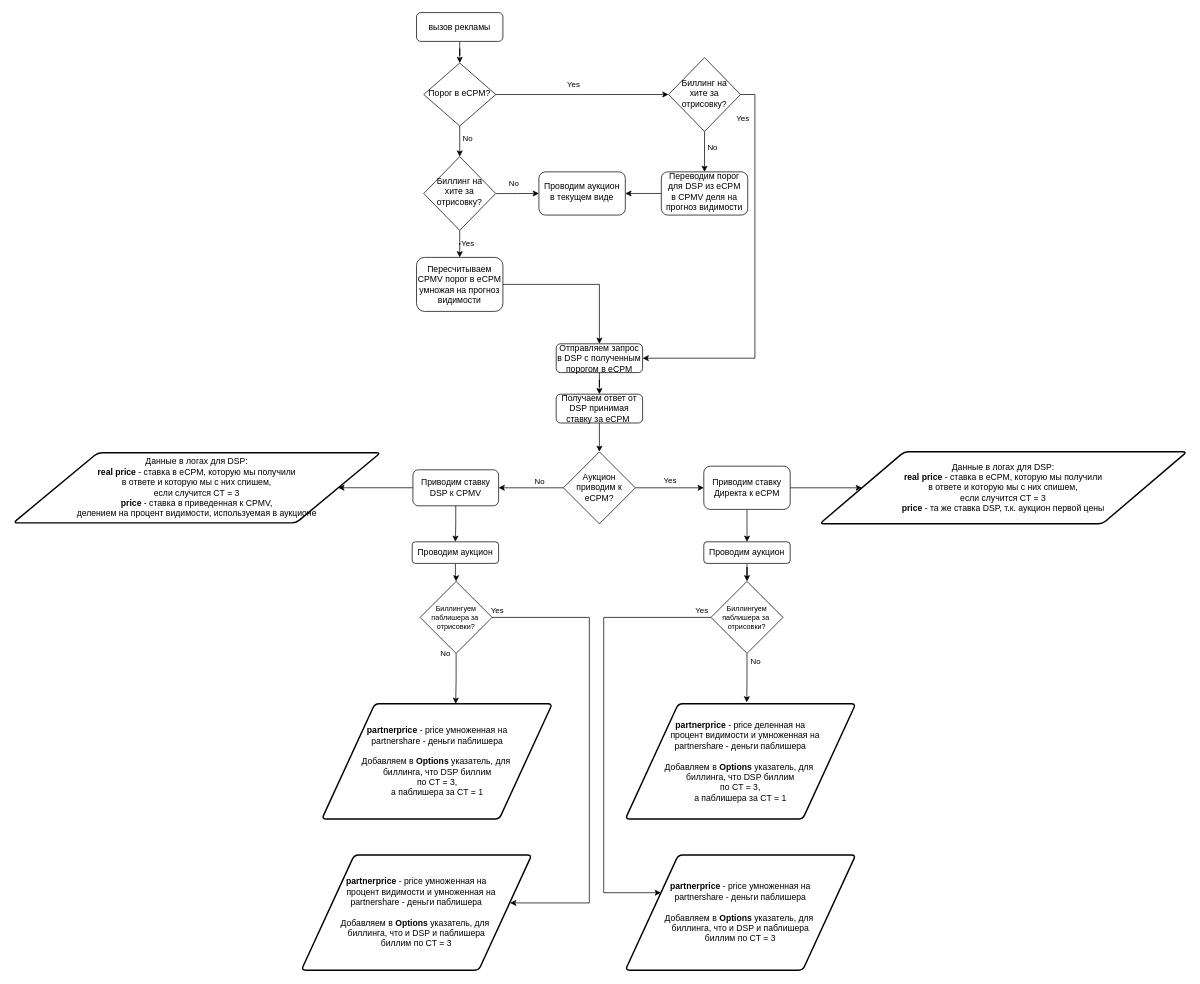
Before: Диаграмма без названия.drawio in DarvayS/test, a draw.io diagram. Source tidied: cells renumbered, new cells numbered last; positions are measured from the earlier drawing's top-left corner, leaving out a move shared by most shapes. Both pictures are drawn from the tidied source at 72%, with x=0, y=0 at pixel (13, 12).
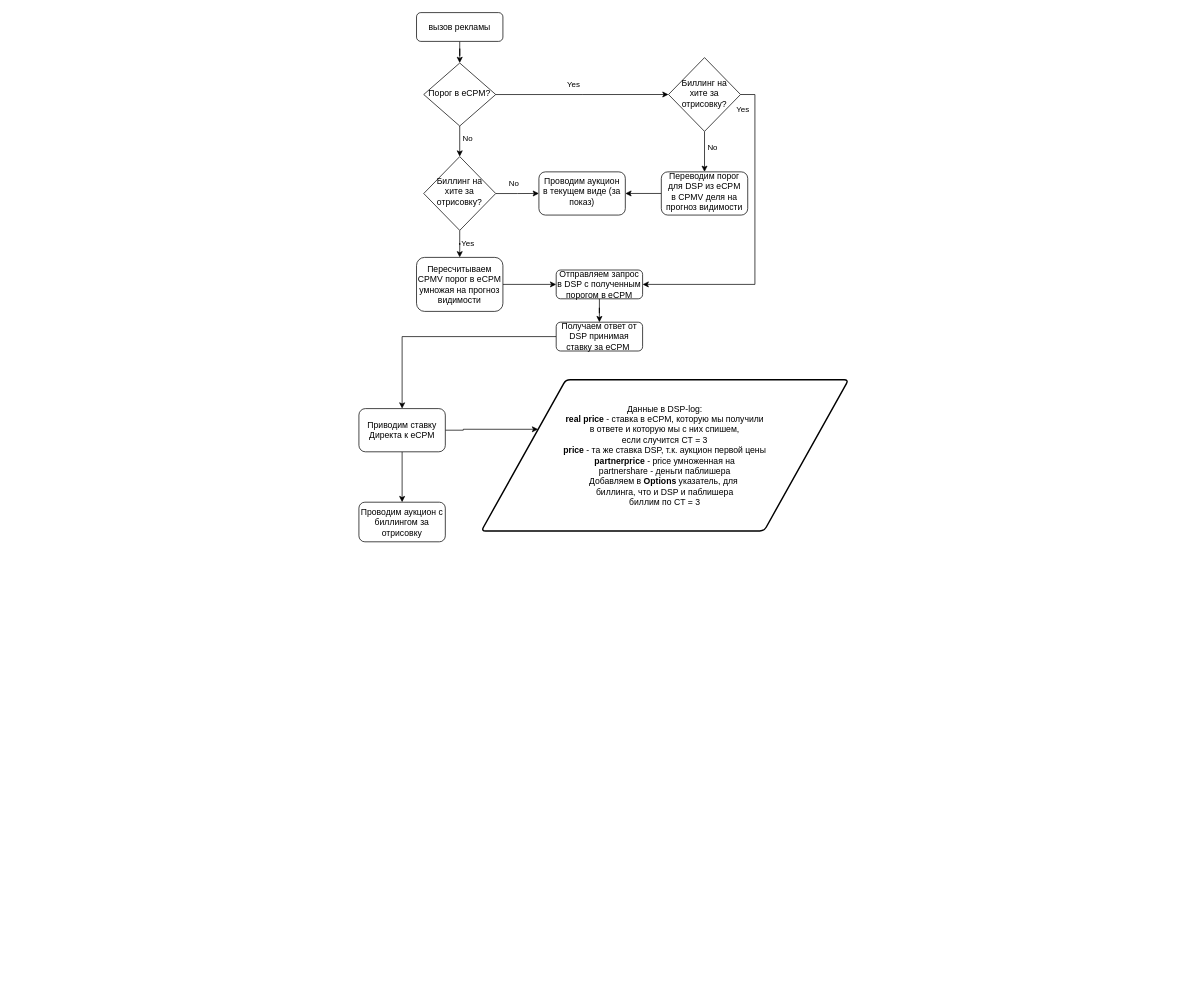
After the change.

Commit message:
Обновление Диаграмма без названия2.drawio

The change refers to these unchanged cells:
```xml
<mxCell id="15" value="Пересчитываем CPMV порог в eCPM умножая на прогноз видимости" style="rounded=1;whiteSpace=wrap;html=1;fontSize=12;glass=0;strokeWidth=1;shadow=0;" parent="1" vertex="1">
  <mxGeometry x="560" y="340" width="120" height="75" as="geometry" />
</mxCell>
```

Diff of the diagram source:
```diff
@@
-    <mxCell id="14" style="edgeStyle=orthogonalEdgeStyle;rounded=0;sketch=0;jettySize=auto;html=1;entryX=0.5;entryY=0;entryDx=0;entryDy=0;" parent="1" edge="1" source="15" target="17">
+    <mxCell id="14" style="edgeStyle=orthogonalEdgeStyle;rounded=0;jettySize=auto;html=1;entryX=0;entryY=0.5;entryDx=0;entryDy=0;" parent="1" edge="1" source="15" target="17">
       <mxGeometry relative="1" as="geometry" />
     </mxCell>
@@
     <mxCell id="17" value="Отправляем запрос в DSP с полученным порогом в eCPM" style="rounded=1;whiteSpace=wrap;html=1;fontSize=12;glass=0;strokeWidth=1;shadow=0;" parent="1" vertex="1">
-      <mxGeometry x="754" y="460" width="120" height="40" as="geometry" />
+      <mxGeometry x="754" y="357.5" width="120" height="40" as="geometry" />
     </mxCell>
-    <mxCell id="18" style="edgeStyle=orthogonalEdgeStyle;rounded=0;jettySize=auto;html=1;entryX=0.5;entryY=0;entryDx=0;entryDy=0;entryPerimeter=0;" parent="1" edge="1" source="19" target="23">
-      <mxGeometry relative="1" as="geometry" />
-    </mxCell>
+    <mxCell id="57" style="edgeStyle=orthogonalEdgeStyle;rounded=0;jettySize=auto;html=1;entryX=0.5;entryY=0;entryDx=0;entryDy=0;" parent="1" edge="1" source="19" target="26">
+      <mxGeometry relative="1" as="geometry" />
+    </mxCell>
     <mxCell id="19" value="Получаем ответ от DSP принимая ставку за eCPM&amp;nbsp;" style="rounded=1;whiteSpace=wrap;html=1;fontSize=12;glass=0;strokeWidth=1;shadow=0;" parent="1" vertex="1">
-      <mxGeometry x="754" y="530" width="120" height="40" as="geometry" />
+      <mxGeometry x="754" y="430" width="120" height="40" as="geometry" />
     </mxCell>
-    <mxCell id="20" value="Yes" style="edgeStyle=orthogonalEdgeStyle;rounded=0;jettySize=auto;html=1;" parent="1" edge="1" source="23" target="26">
-      <mxGeometry y="10" relative="1" as="geometry" />
-    </mxCell>
-    <mxCell id="21" style="edgeStyle=orthogonalEdgeStyle;rounded=0;sketch=0;jettySize=auto;html=1;entryX=1;entryY=0.5;entryDx=0;entryDy=0;" parent="1" edge="1" source="23" target="31">
-      <mxGeometry relative="1" as="geometry" />
-    </mxCell>
-    <mxCell id="22" value="No" style="edgeLabel;html=1;align=center;verticalAlign=middle;" parent="21" vertex="1">
-      <mxGeometry x="-0.41" y="-2" relative="1" as="geometry">
-        <mxPoint x="-7" y="-8" as="offset" />
-      </mxGeometry>
-    </mxCell>
-    <mxCell id="23" value="Аукцион приводим к eCPM?" style="strokeWidth=1;html=1;shape=mxgraph.flowchart.decision;whiteSpace=wrap;" parent="1" vertex="1">
-      <mxGeometry x="764" y="610" width="100" height="100" as="geometry" />
-    </mxCell>
@@
-    <mxCell id="25" style="edgeStyle=orthogonalEdgeStyle;rounded=0;sketch=0;jettySize=auto;html=1;entryX=0;entryY=0.5;entryDx=0;entryDy=0;fontSize=10;" parent="1" edge="1" source="26" target="43">
+    <mxCell id="25" style="edgeStyle=orthogonalEdgeStyle;rounded=0;jettySize=auto;html=1;entryX=0;entryY=0.25;entryDx=0;entryDy=0;" parent="1" edge="1" source="26" target="43">
       <mxGeometry relative="1" as="geometry" />
     </mxCell>
     <mxCell id="26" value="Приводим ставку Директа к eCPM" style="rounded=1;whiteSpace=wrap;html=1;strokeWidth=1;" parent="1" vertex="1">
-      <mxGeometry x="959" y="630" width="120" height="60" as="geometry" />
+      <mxGeometry x="480" y="550" width="120" height="60" as="geometry" />
     </mxCell>
-    <mxCell id="27" style="edgeStyle=orthogonalEdgeStyle;rounded=0;sketch=0;jettySize=auto;html=1;entryX=0.5;entryY=0;entryDx=0;entryDy=0;entryPerimeter=0;fontSize=10;" parent="1" edge="1" source="28" target="52">
-      <mxGeometry relative="1" as="geometry" />
-    </mxCell>
-    <mxCell id="28" value="Проводим аукцион" style="whiteSpace=wrap;html=1;rounded=1;strokeWidth=1;" parent="1" vertex="1">
-      <mxGeometry x="959" y="735" width="120" height="30" as="geometry" />
+    <mxCell id="28" value="Проводим аукцион с биллингом за отрисовку" style="whiteSpace=wrap;html=1;rounded=1;strokeWidth=1;" parent="1" vertex="1">
+      <mxGeometry x="480" y="680" width="120" height="55" as="geometry" />
     </mxCell>
-    <mxCell id="29" style="edgeStyle=orthogonalEdgeStyle;rounded=0;sketch=0;jettySize=auto;html=1;" parent="1" edge="1" source="31" target="33">
-      <mxGeometry relative="1" as="geometry" />
-    </mxCell>
-    <mxCell id="30" style="edgeStyle=orthogonalEdgeStyle;rounded=0;sketch=0;jettySize=auto;html=1;entryX=1;entryY=0.5;entryDx=0;entryDy=0;fontSize=10;" parent="1" edge="1" source="31" target="42">
-      <mxGeometry relative="1" as="geometry" />
-    </mxCell>
-    <mxCell id="31" value="Приводим ставку DSP к CPMV" style="rounded=1;whiteSpace=wrap;html=1;strokeWidth=1;" parent="1" vertex="1">
-      <mxGeometry x="555" y="635" width="119" height="50" as="geometry" />
-    </mxCell>
-    <mxCell id="32" style="edgeStyle=orthogonalEdgeStyle;rounded=0;sketch=0;jettySize=auto;html=1;entryX=0.5;entryY=0;entryDx=0;entryDy=0;entryPerimeter=0;fontSize=10;" parent="1" edge="1" source="33" target="47">
-      <mxGeometry relative="1" as="geometry" />
-    </mxCell>
-    <mxCell id="33" value="Проводим аукцион" style="rounded=1;whiteSpace=wrap;html=1;strokeWidth=1;" parent="1" vertex="1">
-      <mxGeometry x="554" y="735" width="120" height="30" as="geometry" />
-    </mxCell>
@@
-    <mxCell id="41" value="Проводим аукцион в текущем виде" style="rounded=1;whiteSpace=wrap;html=1;shadow=0;strokeWidth=1;spacing=6;spacingTop=-4;" parent="1" vertex="1">
+    <mxCell id="41" value="Проводим аукцион в текущем виде (за показ)" style="rounded=1;whiteSpace=wrap;html=1;shadow=0;strokeWidth=1;spacing=6;spacingTop=-4;" parent="1" vertex="1">
       <mxGeometry x="730" y="221.2" width="120" height="60" as="geometry" />
     </mxCell>
-    <mxCell id="42" value="&lt;font style=&quot;font-size: 12px;&quot;&gt;Данные в логах для DSP: &lt;br&gt;&lt;b&gt;real price&lt;/b&gt; - ставка в eCPM, которую мы получили &lt;br&gt;в ответе и которую мы с них спишем, &lt;br&gt;если случится CT = 3&lt;br&gt;&lt;b&gt;price&lt;/b&gt; - ставка в приведенная к CPMV, &lt;br&gt;делением на процент видимости, используемая в аукционе&lt;br&gt;&lt;/font&gt;" style="shape=parallelogram;html=1;strokeWidth=2;perimeter=parallelogramPerimeter;whiteSpace=wrap;rounded=1;arcSize=12;size=0.23;" parent="1" vertex="1">
-      <mxGeometry y="611.2" width="510" height="97.5" as="geometry" />
-    </mxCell>
-    <mxCell id="43" value="&lt;font style=&quot;font-size: 12px;&quot;&gt;Данные в логах для DSP: &lt;br&gt;&lt;b&gt;real price&lt;/b&gt; - ставка в eCPM, которую мы получили &lt;br&gt;в ответе и которую мы с них спишем, &lt;br&gt;если случится CT = 3&lt;br&gt;&lt;b&gt;price&lt;/b&gt; - та же ставка DSP, т.к. аукцион первой цены&lt;br&gt;&lt;/font&gt;" style="shape=parallelogram;html=1;strokeWidth=2;perimeter=parallelogramPerimeter;whiteSpace=wrap;rounded=1;arcSize=12;size=0.23;" parent="1" vertex="1">
-      <mxGeometry x="1120" y="610" width="510" height="100" as="geometry" />
+    <mxCell id="43" value="&lt;font style=&quot;font-size: 12px;&quot;&gt;Данные в DSP-log: &lt;br&gt;&lt;b&gt;real price&lt;/b&gt; - ставка в eCPM, которую мы получили &lt;br&gt;в ответе и которую мы с них спишем, &lt;br&gt;если случится CT = 3&lt;br&gt;&lt;b&gt;price&lt;/b&gt; - та же ставка DSP, т.к. аукцион первой цены&lt;br&gt;&lt;span style=&quot;border-color: var(--border-color);&quot;&gt;&lt;b style=&quot;border-color: var(--border-color);&quot;&gt;partnerprice&amp;nbsp;&lt;/b&gt;&lt;/span&gt;&lt;span style=&quot;border-color: var(--border-color);&quot;&gt;- price умноженная на&lt;br style=&quot;border-color: var(--border-color);&quot;&gt;partnershare - д&lt;/span&gt;&lt;span style=&quot;border-color: var(--border-color);&quot;&gt;еньги паблишера&lt;/span&gt;&lt;span style=&quot;border-color: var(--border-color);&quot;&gt;&lt;br style=&quot;border-color: var(--border-color);&quot;&gt;&lt;/span&gt;&lt;span style=&quot;border-color: var(--border-color);&quot;&gt;Добавляем в&amp;nbsp;&lt;/span&gt;&lt;b style=&quot;border-color: var(--border-color);&quot;&gt;Options&amp;nbsp;&lt;/b&gt;&lt;span style=&quot;border-color: var(--border-color);&quot;&gt;указатель&lt;/span&gt;&lt;span style=&quot;border-color: var(--border-color);&quot;&gt;, для&amp;nbsp;&lt;br style=&quot;border-color: var(--border-color);&quot;&gt;биллинга,&amp;nbsp;&lt;/span&gt;&lt;span style=&quot;border-color: var(--border-color);&quot;&gt;что и DSP и паблишера&lt;br style=&quot;border-color: var(--border-color);&quot;&gt;&lt;/span&gt;&lt;span style=&quot;border-color: var(--border-color);&quot;&gt;биллим по CT = 3&lt;/span&gt;&lt;br&gt;&lt;/font&gt;" style="shape=parallelogram;html=1;strokeWidth=2;perimeter=parallelogramPerimeter;whiteSpace=wrap;rounded=1;arcSize=12;size=0.23;" parent="1" vertex="1">
+      <mxGeometry x="650" y="510" width="510" height="210" as="geometry" />
     </mxCell>
-    <mxCell id="44" value="No" style="edgeStyle=orthogonalEdgeStyle;rounded=0;sketch=0;jettySize=auto;html=1;entryX=0.581;entryY=0;entryDx=0;entryDy=0;entryPerimeter=0;fontSize=11;" parent="1" edge="1" source="47" target="53">
-      <mxGeometry x="-1" y="-15" relative="1" as="geometry" />
-    </mxCell>
-    <mxCell id="45" style="edgeStyle=orthogonalEdgeStyle;rounded=0;sketch=0;jettySize=auto;html=1;entryX=0.906;entryY=0.416;entryDx=0;entryDy=0;fontSize=11;entryPerimeter=0;" parent="1" edge="1" source="47" target="55">
+    <mxCell id="45" style="edgeStyle=orthogonalEdgeStyle;rounded=0;sketch=0;orthogonalLoop=1;jettySize=auto;html=1;entryX=0.906;entryY=0.416;entryDx=0;entryDy=0;fontSize=11;entryPerimeter=0;" parent="1" edge="1">
       <mxGeometry relative="1" as="geometry">
+        <mxPoint x="665" y="840" as="sourcePoint" />
         <Array as="points">
           <mxPoint x="800" y="840" />
           <mxPoint x="800" y="1237" />
         </Array>
       </mxGeometry>
     </mxCell>
-    <mxCell id="46" value="Yes" style="edgeLabel;html=1;align=center;verticalAlign=middle;fontSize=11;" parent="45" vertex="1">
-      <mxGeometry x="-0.95" y="1" relative="1" as="geometry">
-        <mxPoint x="-10" y="-9" as="offset" />
-      </mxGeometry>
-    </mxCell>
-    <mxCell id="47" value="Биллингуем паблишера за&amp;nbsp;&lt;br style=&quot;border-color: var(--border-color);&quot;&gt;отрисовки?" style="strokeWidth=1;html=1;shape=mxgraph.flowchart.decision;whiteSpace=wrap;fontSize=10;" parent="1" vertex="1">
-      <mxGeometry x="565" y="790" width="100" height="100" as="geometry" />
-    </mxCell>
-    <mxCell id="48" style="edgeStyle=orthogonalEdgeStyle;rounded=0;sketch=0;jettySize=auto;html=1;entryX=0.527;entryY=-0.012;entryDx=0;entryDy=0;entryPerimeter=0;fontSize=11;" parent="1" edge="1" source="52" target="54">
-      <mxGeometry relative="1" as="geometry" />
-    </mxCell>
-    <mxCell id="49" value="No" style="edgeLabel;html=1;align=center;verticalAlign=middle;fontSize=11;" parent="48" vertex="1">
-      <mxGeometry x="-0.53" y="-1" relative="1" as="geometry">
-        <mxPoint x="12" y="-6" as="offset" />
-      </mxGeometry>
-    </mxCell>
-    <mxCell id="50" style="edgeStyle=orthogonalEdgeStyle;rounded=0;sketch=0;jettySize=auto;html=1;entryX=0;entryY=0.25;entryDx=0;entryDy=0;fontSize=11;" parent="1" edge="1" source="52" target="56">
-      <mxGeometry relative="1" as="geometry">
-        <Array as="points">
-          <mxPoint x="820" y="840" />
-          <mxPoint x="820" y="1222" />
-        </Array>
-      </mxGeometry>
-    </mxCell>
-    <mxCell id="51" value="Yes" style="edgeLabel;html=1;align=center;verticalAlign=middle;fontSize=11;" parent="50" vertex="1">
-      <mxGeometry x="-0.87" y="-2" relative="1" as="geometry">
-        <mxPoint x="26" y="-8" as="offset" />
-      </mxGeometry>
-    </mxCell>
-    <mxCell id="52" value="Биллингуем паблишера за&amp;nbsp;&lt;br&gt;отрисовки?" style="strokeWidth=1;html=1;shape=mxgraph.flowchart.decision;whiteSpace=wrap;fontSize=10;" parent="1" vertex="1">
-      <mxGeometry x="969" y="790" width="100" height="100" as="geometry" />
-    </mxCell>
-    <mxCell id="53" value="&lt;b style=&quot;border-color: var(--border-color); font-size: 12px;&quot;&gt;partnerprice&amp;nbsp;&lt;/b&gt;&lt;span style=&quot;font-size: 12px;&quot;&gt;- price умноженная на &lt;br&gt;partnershare - д&lt;/span&gt;&lt;span style=&quot;font-size: 12px;&quot;&gt;еньги паблишера&lt;br&gt;&lt;/span&gt;&lt;span style=&quot;border-color: var(--border-color); font-size: 12px;&quot;&gt;&lt;br&gt;Добавляем в&amp;nbsp;&lt;/span&gt;&lt;b style=&quot;border-color: var(--border-color); font-size: 12px;&quot;&gt;Options &lt;/b&gt;&lt;span style=&quot;border-color: var(--border-color); font-size: 12px;&quot;&gt;указатель&lt;/span&gt;&lt;span style=&quot;border-color: var(--border-color); font-size: 12px;&quot;&gt;, для&amp;nbsp;&lt;br&gt;биллинга,&amp;nbsp;&lt;/span&gt;&lt;span style=&quot;border-color: var(--border-color); font-size: 12px;&quot;&gt;что DSP биллим&lt;br style=&quot;border-color: var(--border-color);&quot;&gt;по CT = 3,&lt;br style=&quot;border-color: var(--border-color);&quot;&gt;а паблишера за CT = 1&lt;/span&gt;&lt;span style=&quot;font-size: 12px;&quot;&gt;&lt;br&gt;&lt;/span&gt;" style="shape=parallelogram;html=1;strokeWidth=2;perimeter=parallelogramPerimeter;whiteSpace=wrap;rounded=1;arcSize=12;size=0.23;fontSize=11;" parent="1" vertex="1">
-      <mxGeometry x="428.5" y="960" width="320" height="160" as="geometry" />
-    </mxCell>
-    <mxCell id="54" value="&lt;b style=&quot;border-color: var(--border-color); font-size: 12px;&quot;&gt;partnerprice&amp;nbsp;&lt;/b&gt;&lt;span style=&quot;font-size: 12px;&quot;&gt;- price деленная на &lt;br&gt;&amp;nbsp; &amp;nbsp; процент видимости и умноженная на &lt;br&gt;partnershare - д&lt;/span&gt;&lt;span style=&quot;font-size: 12px;&quot;&gt;еньги паблишера&lt;br&gt;&lt;/span&gt;&lt;span style=&quot;border-color: var(--border-color); font-size: 12px;&quot;&gt;&lt;br&gt;Добавляем в&amp;nbsp;&lt;/span&gt;&lt;b style=&quot;border-color: var(--border-color); font-size: 12px;&quot;&gt;Options &lt;/b&gt;&lt;span style=&quot;border-color: var(--border-color); font-size: 12px;&quot;&gt;указатель&lt;/span&gt;&lt;span style=&quot;border-color: var(--border-color); font-size: 12px;&quot;&gt;, для&amp;nbsp;&lt;br&gt;биллинга,&amp;nbsp;&lt;/span&gt;&lt;span style=&quot;border-color: var(--border-color); font-size: 12px;&quot;&gt;что DSP биллим&lt;br style=&quot;border-color: var(--border-color);&quot;&gt;по CT = 3,&lt;br style=&quot;border-color: var(--border-color);&quot;&gt;а паблишера за CT = 1&lt;/span&gt;&lt;span style=&quot;font-size: 12px;&quot;&gt;&lt;br&gt;&lt;/span&gt;" style="shape=parallelogram;html=1;strokeWidth=2;perimeter=parallelogramPerimeter;whiteSpace=wrap;rounded=1;arcSize=12;size=0.23;fontSize=11;" parent="1" vertex="1">
-      <mxGeometry x="850" y="960" width="320" height="160" as="geometry" />
-    </mxCell>
-    <mxCell id="55" value="&lt;b style=&quot;border-color: var(--border-color); font-size: 12px;&quot;&gt;partnerprice&amp;nbsp;&lt;/b&gt;&lt;span style=&quot;border-color: var(--border-color); font-size: 12px;&quot;&gt;- price умноженная на&lt;br style=&quot;border-color: var(--border-color);&quot;&gt;&amp;nbsp; &amp;nbsp; процент видимости и умноженная на&lt;br style=&quot;border-color: var(--border-color);&quot;&gt;partnershare - д&lt;/span&gt;&lt;span style=&quot;border-color: var(--border-color); font-size: 12px;&quot;&gt;еньги паблишера&lt;br style=&quot;border-color: var(--border-color);&quot;&gt;&lt;/span&gt;&lt;span style=&quot;border-color: var(--border-color); font-size: 12px;&quot;&gt;&lt;br&gt;Добавляем в&amp;nbsp;&lt;/span&gt;&lt;b style=&quot;border-color: var(--border-color); font-size: 12px;&quot;&gt;Options &lt;/b&gt;&lt;span style=&quot;border-color: var(--border-color); font-size: 12px;&quot;&gt;указатель&lt;/span&gt;&lt;span style=&quot;border-color: var(--border-color); font-size: 12px;&quot;&gt;, для&amp;nbsp;&lt;br&gt;биллинга,&amp;nbsp;&lt;/span&gt;&lt;span style=&quot;border-color: var(--border-color); font-size: 12px;&quot;&gt;что и DSP и паблишера&lt;br&gt;&lt;/span&gt;&lt;span style=&quot;font-size: 12px;&quot;&gt;биллим по CT = 3&lt;br&gt;&lt;/span&gt;" style="shape=parallelogram;html=1;strokeWidth=2;perimeter=parallelogramPerimeter;whiteSpace=wrap;rounded=1;arcSize=12;size=0.23;fontSize=11;" parent="1" vertex="1">
-      <mxGeometry x="400" y="1170" width="320" height="160" as="geometry" />
-    </mxCell>
-    <mxCell id="56" value="&lt;b style=&quot;border-color: var(--border-color); font-size: 12px;&quot;&gt;partnerprice&amp;nbsp;&lt;/b&gt;&lt;span style=&quot;font-size: 12px;&quot;&gt;- price умноженная на &lt;br&gt;partnershare - д&lt;/span&gt;&lt;span style=&quot;font-size: 12px;&quot;&gt;еньги паблишера&lt;br&gt;&lt;/span&gt;&lt;span style=&quot;border-color: var(--border-color); font-size: 12px;&quot;&gt;&lt;br&gt;&lt;/span&gt;&lt;span style=&quot;border-color: var(--border-color); font-size: 12px;&quot;&gt;Добавляем в&amp;nbsp;&lt;/span&gt;&lt;b style=&quot;border-color: var(--border-color); font-size: 12px;&quot;&gt;Options&amp;nbsp;&lt;/b&gt;&lt;span style=&quot;border-color: var(--border-color); font-size: 12px;&quot;&gt;указатель&lt;/span&gt;&lt;span style=&quot;border-color: var(--border-color); font-size: 12px;&quot;&gt;, для&amp;nbsp;&lt;br style=&quot;border-color: var(--border-color);&quot;&gt;биллинга,&amp;nbsp;&lt;/span&gt;&lt;span style=&quot;border-color: var(--border-color); font-size: 12px;&quot;&gt;что и DSP и паблишера&lt;br style=&quot;border-color: var(--border-color);&quot;&gt;&lt;/span&gt;&lt;span style=&quot;border-color: var(--border-color); font-size: 12px;&quot;&gt;биллим по CT = 3&lt;/span&gt;&lt;span style=&quot;font-size: 12px;&quot;&gt;&lt;br&gt;&lt;/span&gt;" style="shape=parallelogram;html=1;strokeWidth=2;perimeter=parallelogramPerimeter;whiteSpace=wrap;rounded=1;arcSize=12;size=0.23;fontSize=11;" parent="1" vertex="1">
-      <mxGeometry x="850" y="1170" width="320" height="160" as="geometry" />
-    </mxCell>
```
